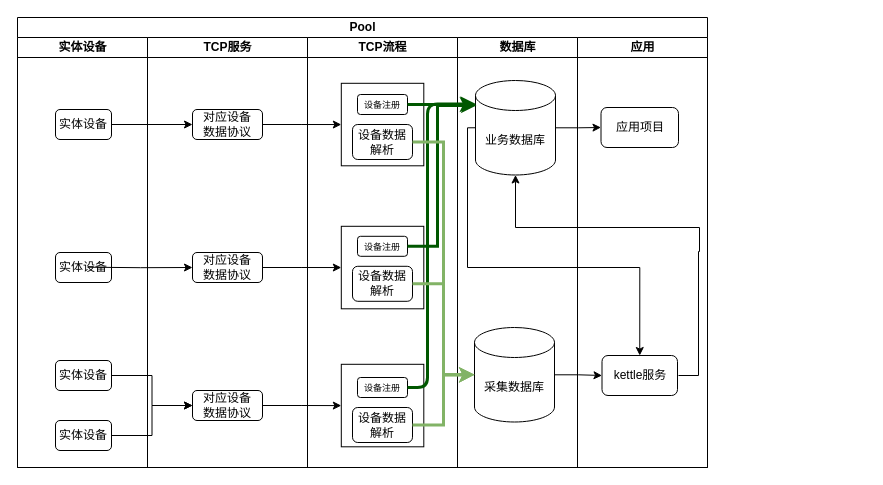
Earlier version of the draw.io diagram 流程图/实体设备接入流程图.drawio (wanghui1993/diagram_drow_file). Source tidied: cells renumbered, new cells numbered last; positions are measured from the earlier drawing's top-left corner, leaving out a move shared by most shapes. Both pictures are drawn from the tidied source at 100%, with x=0, y=0 at pixel (17, 17).
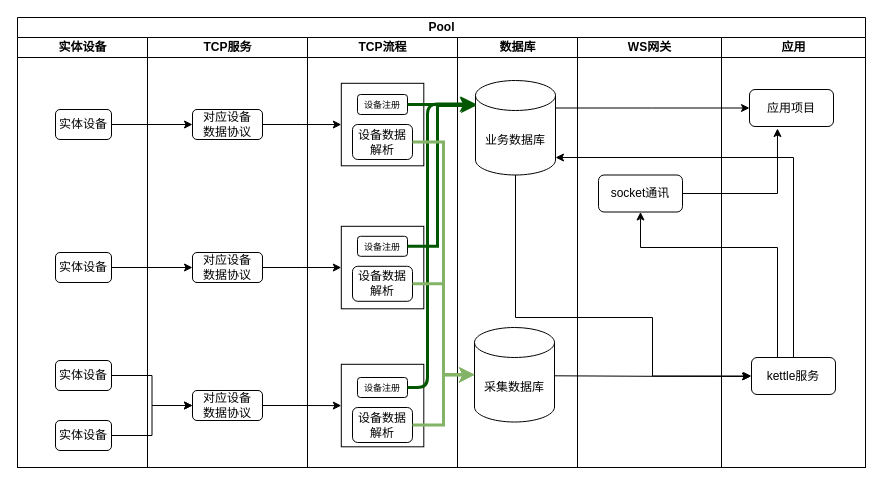
The same page after the edit.

Commit message (it also covers changes not shown here):
更新实体设备接入流程图.drawio

Unchanged cells that the change refers to:
```xml
<mxCell id="5" value="实体设备" style="rounded=1;whiteSpace=wrap;html=1;" parent="3" vertex="1">
  <mxGeometry x="38" y="215" width="56" height="30" as="geometry" />
</mxCell>
<mxCell id="8" value="TCP服务" style="swimlane;startSize=20;html=1;" parent="2" vertex="1">
  <mxGeometry x="130" y="20" width="160" height="430" as="geometry" />
</mxCell>
<mxCell id="11" value="对应设备&lt;br style=&quot;border-color: var(--border-color);&quot;&gt;数据协议" style="rounded=1;whiteSpace=wrap;html=1;" parent="8" vertex="1">
  <mxGeometry x="45" y="215" width="70" height="30" as="geometry" />
</mxCell>
<mxCell id="24" value="采集数据库" style="shape=cylinder3;whiteSpace=wrap;html=1;boundedLbl=1;backgroundOutline=1;size=15;" parent="23" vertex="1">
  <mxGeometry x="17" y="290" width="80" height="94.5" as="geometry" />
</mxCell>
<mxCell id="25" value="业务数据库" style="shape=cylinder3;whiteSpace=wrap;html=1;boundedLbl=1;backgroundOutline=1;size=15;" parent="23" vertex="1">
  <mxGeometry x="18" y="43" width="80" height="94.5" as="geometry" />
</mxCell>
```

Diff of the diagram source:
```diff
@@
     <mxCell id="2" value="Pool" style="swimlane;startSize=20;html=1;" parent="1" vertex="1">
-      <mxGeometry width="690" height="450" as="geometry" />
+      <mxGeometry width="848" height="450" as="geometry" />
     </mxCell>
@@
-    <mxCell id="9" style="edgeStyle=orthogonalEdgeStyle;rounded=0;jettySize=auto;html=1;entryX=0;entryY=0.5;entryDx=0;entryDy=0;" parent="8" edge="1" target="11">
-      <mxGeometry relative="1" as="geometry">
-        <mxPoint x="-60" y="229.7" as="sourcePoint" />
-      </mxGeometry>
-    </mxCell>
@@
+    <mxCell id="45" value="WS网关" style="swimlane;startSize=20;html=1;" parent="2" vertex="1">
+      <mxGeometry x="560" y="20" width="144" height="430" as="geometry" />
+    </mxCell>
+    <mxCell id="46" value="socket通讯" style="rounded=1;whiteSpace=wrap;html=1;" parent="45" vertex="1">
+      <mxGeometry x="21" y="137.5" width="84" height="37" as="geometry" />
+    </mxCell>
     <mxCell id="26" value="应用" style="swimlane;startSize=20;html=1;" parent="2" vertex="1">
-      <mxGeometry x="560" y="20" width="130" height="430" as="geometry" />
+      <mxGeometry x="704" y="20" width="144" height="430" as="geometry" />
     </mxCell>
-    <mxCell id="27" value="应用项目" style="rounded=1;whiteSpace=wrap;html=1;direction=south;" parent="26" vertex="1">
-      <mxGeometry x="23.5" y="70" width="77.5" height="40" as="geometry" />
+    <mxCell id="27" value="应用项目" style="rounded=1;whiteSpace=wrap;html=1;" parent="26" vertex="1">
+      <mxGeometry x="28" y="52" width="84" height="37" as="geometry" />
     </mxCell>
-    <mxCell id="28" style="edgeStyle=orthogonalEdgeStyle;rounded=0;jettySize=auto;html=1;" parent="26" edge="1" target="25">
-      <mxGeometry relative="1" as="geometry">
-        <mxPoint x="101" y="338" as="sourcePoint" />
-        <Array as="points">
-          <mxPoint x="121" y="338" />
-          <mxPoint x="121" y="214" />
-          <mxPoint x="122" y="214" />
-          <mxPoint x="122" y="190" />
-          <mxPoint x="-62" y="190" />
-        </Array>
-      </mxGeometry>
-    </mxCell>
-    <mxCell id="29" value="kettle服务" style="rounded=1;whiteSpace=wrap;html=1;direction=south;" parent="26" vertex="1">
-      <mxGeometry x="24.5" y="318" width="75.5" height="40" as="geometry" />
+    <mxCell id="29" value="kettle服务" style="rounded=1;whiteSpace=wrap;html=1;" parent="26" vertex="1">
+      <mxGeometry x="30" y="320" width="84" height="37" as="geometry" />
     </mxCell>
@@
-    <mxCell id="36" style="edgeStyle=orthogonalEdgeStyle;rounded=0;jettySize=auto;html=1;entryX=0.5;entryY=1;entryDx=0;entryDy=0;" parent="2" edge="1" source="24" target="29">
-      <mxGeometry relative="1" as="geometry" />
-    </mxCell>
-    <mxCell id="37" style="edgeStyle=orthogonalEdgeStyle;rounded=0;jettySize=auto;html=1;" parent="2" edge="1" source="25" target="27">
-      <mxGeometry relative="1" as="geometry" />
-    </mxCell>
-    <mxCell id="38" style="edgeStyle=orthogonalEdgeStyle;rounded=0;jettySize=auto;html=1;entryX=0;entryY=0.5;entryDx=0;entryDy=0;exitX=0;exitY=0.5;exitDx=0;exitDy=0;exitPerimeter=0;" parent="2" edge="1" source="25" target="29">
-      <mxGeometry relative="1" as="geometry">
-        <Array as="points">
-          <mxPoint x="450" y="110" />
-          <mxPoint x="450" y="250" />
-          <mxPoint x="622" y="250" />
-        </Array>
-      </mxGeometry>
-    </mxCell>
@@
+    <mxCell id="9" style="edgeStyle=orthogonalEdgeStyle;rounded=0;jettySize=auto;html=1;entryX=0;entryY=0.5;entryDx=0;entryDy=0;exitX=1;exitY=0.5;exitDx=0;exitDy=0;" parent="2" edge="1" source="5" target="11">
+      <mxGeometry relative="1" as="geometry" />
+    </mxCell>
+    <mxCell id="37" style="edgeStyle=orthogonalEdgeStyle;rounded=0;jettySize=auto;html=1;entryX=0;entryY=0.5;entryDx=0;entryDy=0;" parent="2" edge="1" source="25" target="27">
+      <mxGeometry relative="1" as="geometry">
+        <Array as="points">
+          <mxPoint x="635" y="90" />
+        </Array>
+      </mxGeometry>
+    </mxCell>
+    <mxCell id="38" style="edgeStyle=orthogonalEdgeStyle;rounded=0;jettySize=auto;html=1;entryX=0;entryY=0.5;entryDx=0;entryDy=0;" parent="2" edge="1" source="25" target="29">
+      <mxGeometry relative="1" as="geometry">
+        <Array as="points">
+          <mxPoint x="498" y="300" />
+          <mxPoint x="635" y="300" />
+          <mxPoint x="635" y="359" />
+        </Array>
+      </mxGeometry>
+    </mxCell>
+    <mxCell id="47" style="edgeStyle=orthogonalEdgeStyle;rounded=0;jettySize=auto;html=1;" parent="2" edge="1" source="29">
+      <mxGeometry relative="1" as="geometry">
+        <mxPoint x="538" y="140" as="targetPoint" />
+        <Array as="points">
+          <mxPoint x="776" y="140" />
+        </Array>
+      </mxGeometry>
+    </mxCell>
+    <mxCell id="48" style="edgeStyle=orthogonalEdgeStyle;rounded=0;jettySize=auto;html=1;entryX=0.5;entryY=1;entryDx=0;entryDy=0;" parent="2" edge="1" source="29" target="46">
+      <mxGeometry relative="1" as="geometry">
+        <Array as="points">
+          <mxPoint x="760" y="230" />
+          <mxPoint x="623" y="230" />
+        </Array>
+      </mxGeometry>
+    </mxCell>
+    <mxCell id="49" style="edgeStyle=orthogonalEdgeStyle;rounded=0;jettySize=auto;html=1;entryX=0.333;entryY=1.054;entryDx=0;entryDy=0;entryPerimeter=0;" parent="2" edge="1" source="46" target="27">
+      <mxGeometry relative="1" as="geometry" />
+    </mxCell>
+    <mxCell id="36" style="edgeStyle=orthogonalEdgeStyle;rounded=0;orthogonalLoop=1;jettySize=auto;html=1;entryX=0.5;entryY=1;entryDx=0;entryDy=0;" parent="1" edge="1">
+      <mxGeometry relative="1" as="geometry">
+        <mxPoint x="537" y="358.3" as="sourcePoint" />
+        <mxPoint x="733" y="359" as="targetPoint" />
+      </mxGeometry>
+    </mxCell>
```
